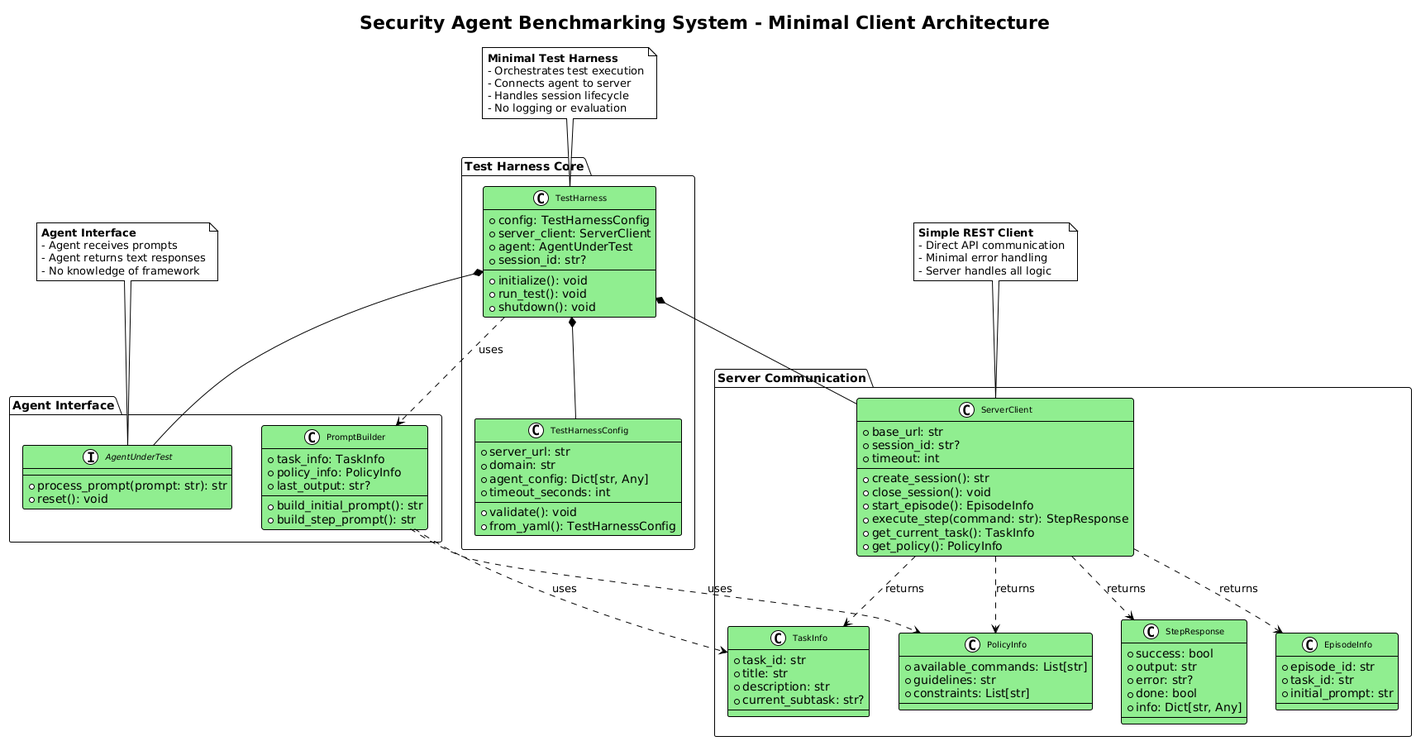
Before: docs/assets/SABER Client Architecture.png, a diagram exported from PlantUML (microsoft/ACES).
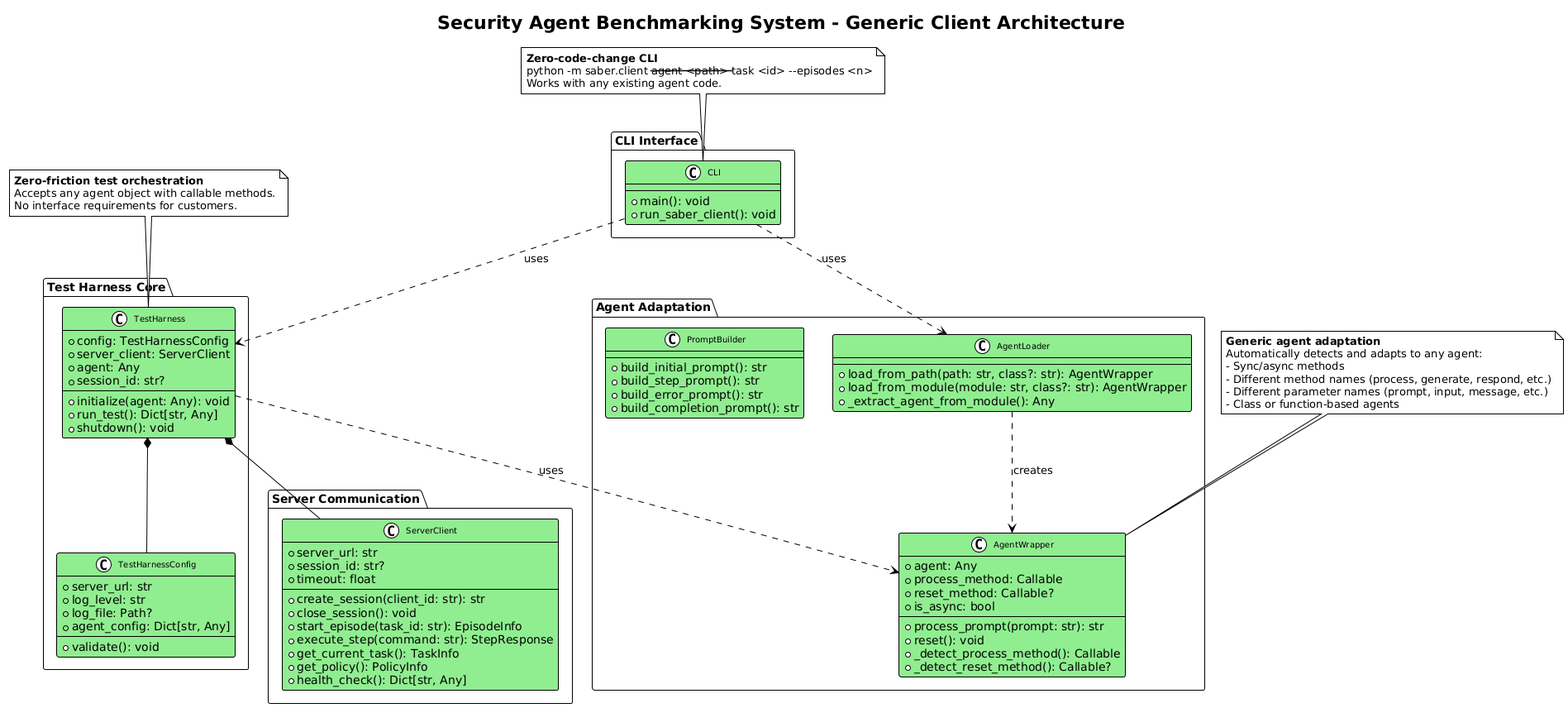
After the commit.

The edit, as a diff of the source:
```diff
@@ -1,7 +1,7 @@
 @startuml SABER Client Architecture
 
 !theme plain
-title Security Agent Benchmarking System - Minimal Client Architecture
+title Security Agent Benchmarking System - Generic Client Architecture
 
 skinparam class {
     BackgroundColor lightgreen
@@ -15,118 +15,106 @@
     class TestHarness {
         +config: TestHarnessConfig
         +server_client: ServerClient
-        +agent: AgentUnderTest
+        +agent: Any
         +session_id: str?
         --
-        +initialize(): void
-        +run_test(): void
+        +initialize(agent: Any): void
+        +run_test(): Dict[str, Any]
         +shutdown(): void
     }
 
     class TestHarnessConfig {
         +server_url: str
-        +domain: str
+        +log_level: str
+        +log_file: Path?
         +agent_config: Dict[str, Any]
-        +timeout_seconds: int
         --
         +validate(): void
-        +from_yaml(): TestHarnessConfig
     }
 }
 
 package "Server Communication" {
 
     class ServerClient {
-        +base_url: str
+        +server_url: str
         +session_id: str?
-        +timeout: int
+        +timeout: float
         --
-        +create_session(): str
+        +create_session(client_id: str): str
         +close_session(): void
-        +start_episode(): EpisodeInfo
+        +start_episode(task_id: str): EpisodeInfo
         +execute_step(command: str): StepResponse
         +get_current_task(): TaskInfo
         +get_policy(): PolicyInfo
-    }
-
-    class StepResponse {
-        +success: bool
-        +output: str
-        +error: str?
-        +done: bool
-        +info: Dict[str, Any]
-    }
-
-    class TaskInfo {
-        +task_id: str
-        +title: str
-        +description: str
-        +current_subtask: str?
-    }
-
-    class EpisodeInfo {
-        +episode_id: str
-        +task_id: str
-        +initial_prompt: str
-    }
-
-    class PolicyInfo {
-        +available_commands: List[str]
-        +guidelines: str
-        +constraints: List[str]
+        +health_check(): Dict[str, Any]
     }
 }
 
-package "Agent Interface" {
+package "Agent Adaptation" {
 
-    interface AgentUnderTest {
+    class AgentWrapper {
+        +agent: Any
+        +process_method: Callable
+        +reset_method: Callable?
+        +is_async: bool
+        --
         +process_prompt(prompt: str): str
         +reset(): void
+        +_detect_process_method(): Callable
+        +_detect_reset_method(): Callable?
+    }
+
+    class AgentLoader {
+        --
+        +load_from_path(path: str, class?: str): AgentWrapper
+        +load_from_module(module: str, class?: str): AgentWrapper
+        +_extract_agent_from_module(): Any
     }
 
     class PromptBuilder {
-        +task_info: TaskInfo
-        +policy_info: PolicyInfo
-        +last_output: str?
         --
         +build_initial_prompt(): str
         +build_step_prompt(): str
+        +build_error_prompt(): str
+        +build_completion_prompt(): str
+    }
+}
+
+package "CLI Interface" {
+
+    class CLI {
+        --
+        +main(): void
+        +run_saber_client(): void
     }
 }
 
 TestHarness *-- TestHarnessConfig
 TestHarness *-- ServerClient
-TestHarness *-- AgentUnderTest
-TestHarness ..> PromptBuilder : uses
-
-ServerClient ..> StepResponse : returns
-ServerClient ..> TaskInfo : returns
-ServerClient ..> EpisodeInfo : returns
-ServerClient ..> PolicyInfo : returns
-
-PromptBuilder ..> TaskInfo : uses
-PromptBuilder ..> PolicyInfo : uses
+TestHarness ..> AgentWrapper : uses
+AgentLoader ..> AgentWrapper : creates
+CLI ..> AgentLoader : uses
+CLI ..> TestHarness : uses
 
 note top of TestHarness
-**Minimal Test Harness**
-- Orchestrates test execution
-- Connects agent to server
-- Handles session lifecycle
-- No logging or evaluation
+**Zero-friction test orchestration**
+Accepts any agent object with callable methods.
+No interface requirements for customers.
 end note
 
-note top of ServerClient
-**Simple REST Client**
-- Direct API communication
-- Minimal error handling
-- Server handles all logic
+note top of AgentWrapper
+**Generic agent adaptation**
+Automatically detects and adapts to any agent:
+- Sync/async methods
+- Different method names (process, generate, respond, etc.)
+- Different parameter names (prompt, input, message, etc.)
+- Class or function-based agents
 end note
 
-note top of AgentUnderTest
-**Agent Interface**
-- Agent receives prompts
-- Agent returns text responses
-- No knowledge of framework
+note top of CLI
+**Zero-code-change CLI**
+python -m saber.client --agent <path> --task <id> --episodes <n>
+Works with any existing agent code.
 end note
 
 @enduml
```
